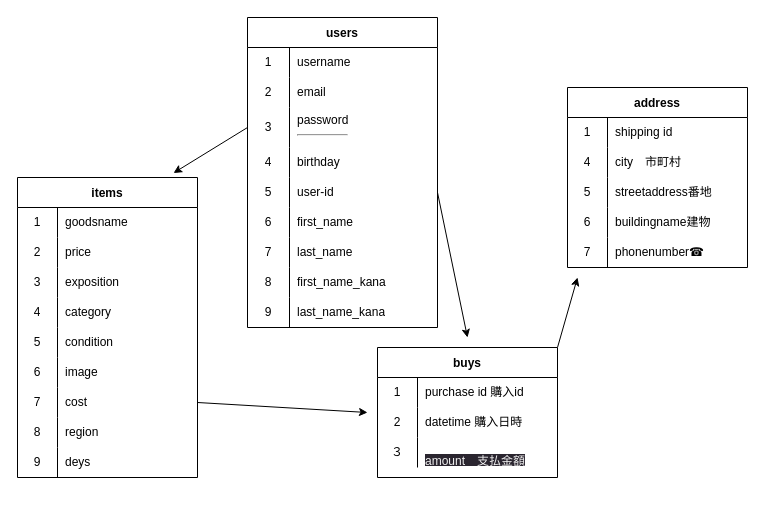
The draw.io diagram page "ページ1" (1 of 2) of ER.dio in 09pipapipa/furima-39971, before the edit. Source tidied: cells renumbered, new cells numbered last; positions are measured from the earlier drawing's top-left corner, leaving out a move shared by most shapes. Both pictures are drawn from the tidied source at 100%, with x=0, y=0 at pixel (17, 17).
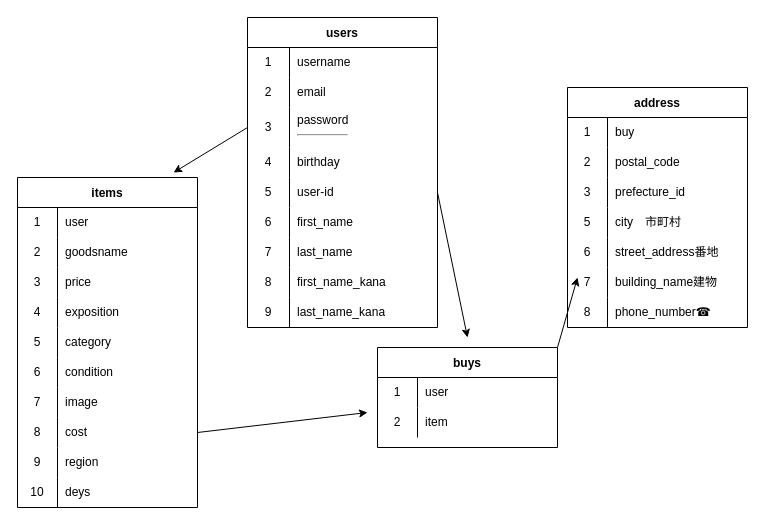
After the change.

The change refers to these unchanged cells:
```xml
<mxCell id="60" style="shape=tableRow;horizontal=0;startSize=0;swimlaneHead=0;swimlaneBody=0;top=0;left=0;bottom=0;right=0;fillColor=none;" parent="59" vertex="1">
  <mxGeometry y="30" width="180" height="30" as="geometry" />
</mxCell>
<mxCell id="63" style="shape=tableRow;horizontal=0;startSize=0;swimlaneHead=0;swimlaneBody=0;top=0;left=0;bottom=0;right=0;fillColor=none;" parent="59" vertex="1">
  <mxGeometry y="60" width="180" height="30" as="geometry" />
</mxCell>
```

Change to the diagram source:
```diff
@@
     <mxCell id="30" value="items" style="shape=table;startSize=30;childLayout=tableLayout;rowLines=0;fontStyle=1;flipH=0;flipV=0;" parent="1" vertex="1">
-      <mxGeometry y="160" width="180" height="300" as="geometry" />
+      <mxGeometry y="160" width="180" height="330" as="geometry" />
     </mxCell>
+    <mxCell id="88" style="shape=tableRow;horizontal=0;startSize=0;swimlaneHead=0;swimlaneBody=0;top=0;left=0;bottom=0;right=0;fillColor=none;" parent="30" vertex="1">
+      <mxGeometry y="30" width="180" height="30" as="geometry" />
+    </mxCell>
+    <mxCell id="89" value="1" style="shape=partialRectangle;html=1;whiteSpace=wrap;fillColor=none;top=0;left=0;bottom=0;right=0;overflow=hidden;" parent="88" vertex="1">
+      <mxGeometry width="40" height="30" as="geometry" />
+    </mxCell>
+    <mxCell id="90" value="user" style="shape=partialRectangle;html=1;whiteSpace=wrap;fillColor=none;top=0;left=0;bottom=0;right=0;align=left;spacingLeft=6;overflow=hidden;" parent="88" vertex="1">
+      <mxGeometry x="40" width="140" height="30" as="geometry" />
+    </mxCell>
     <mxCell id="31" style="shape=tableRow;horizontal=0;startSize=0;swimlaneHead=0;swimlaneBody=0;top=0;left=0;bottom=0;right=0;fillColor=none;" parent="30" vertex="1">
-      <mxGeometry y="30" width="180" height="30" as="geometry" />
+      <mxGeometry y="60" width="180" height="30" as="geometry" />
     </mxCell>
-    <mxCell id="32" value="1" style="shape=partialRectangle;html=1;whiteSpace=wrap;fillColor=none;top=0;left=0;bottom=0;right=0;overflow=hidden;" parent="31" vertex="1">
+    <mxCell id="32" value="2" style="shape=partialRectangle;html=1;whiteSpace=wrap;fillColor=none;top=0;left=0;bottom=0;right=0;overflow=hidden;" parent="31" vertex="1">
       <mxGeometry width="40" height="30" as="geometry" />
     </mxCell>
@@
     <mxCell id="34" style="shape=tableRow;horizontal=0;startSize=0;swimlaneHead=0;swimlaneBody=0;top=0;left=0;bottom=0;right=0;fillColor=none;" parent="30" vertex="1">
-      <mxGeometry y="60" width="180" height="30" as="geometry" />
+      <mxGeometry y="90" width="180" height="30" as="geometry" />
     </mxCell>
-    <mxCell id="35" value="2" style="shape=partialRectangle;html=1;whiteSpace=wrap;fillColor=none;top=0;left=0;bottom=0;right=0;overflow=hidden;" parent="34" vertex="1">
+    <mxCell id="35" value="3" style="shape=partialRectangle;html=1;whiteSpace=wrap;fillColor=none;top=0;left=0;bottom=0;right=0;overflow=hidden;" parent="34" vertex="1">
       <mxGeometry width="40" height="30" as="geometry" />
     </mxCell>
@@
     <mxCell id="37" style="shape=tableRow;horizontal=0;startSize=0;swimlaneHead=0;swimlaneBody=0;top=0;left=0;bottom=0;right=0;fillColor=none;" parent="30" vertex="1">
-      <mxGeometry y="90" width="180" height="30" as="geometry" />
+      <mxGeometry y="120" width="180" height="30" as="geometry" />
     </mxCell>
-    <mxCell id="38" value="3" style="shape=partialRectangle;html=1;whiteSpace=wrap;fillColor=none;top=0;left=0;bottom=0;right=0;overflow=hidden;" parent="37" vertex="1">
+    <mxCell id="38" value="4" style="shape=partialRectangle;html=1;whiteSpace=wrap;fillColor=none;top=0;left=0;bottom=0;right=0;overflow=hidden;" parent="37" vertex="1">
       <mxGeometry width="40" height="30" as="geometry" />
     </mxCell>
@@
     <mxCell id="40" style="shape=tableRow;horizontal=0;startSize=0;swimlaneHead=0;swimlaneBody=0;top=0;left=0;bottom=0;right=0;fillColor=none;" parent="30" vertex="1">
-      <mxGeometry y="120" width="180" height="30" as="geometry" />
+      <mxGeometry y="150" width="180" height="30" as="geometry" />
     </mxCell>
-    <mxCell id="41" value="4" style="shape=partialRectangle;html=1;whiteSpace=wrap;fillColor=none;top=0;left=0;bottom=0;right=0;overflow=hidden;" parent="40" vertex="1">
+    <mxCell id="41" value="5" style="shape=partialRectangle;html=1;whiteSpace=wrap;fillColor=none;top=0;left=0;bottom=0;right=0;overflow=hidden;" parent="40" vertex="1">
       <mxGeometry width="40" height="30" as="geometry" />
     </mxCell>
@@
     <mxCell id="43" style="shape=tableRow;horizontal=0;startSize=0;swimlaneHead=0;swimlaneBody=0;top=0;left=0;bottom=0;right=0;fillColor=none;" parent="30" vertex="1">
-      <mxGeometry y="150" width="180" height="30" as="geometry" />
+      <mxGeometry y="180" width="180" height="30" as="geometry" />
     </mxCell>
-    <mxCell id="44" value="5" style="shape=partialRectangle;html=1;whiteSpace=wrap;fillColor=none;top=0;left=0;bottom=0;right=0;overflow=hidden;" parent="43" vertex="1">
+    <mxCell id="44" value="6" style="shape=partialRectangle;html=1;whiteSpace=wrap;fillColor=none;top=0;left=0;bottom=0;right=0;overflow=hidden;" parent="43" vertex="1">
       <mxGeometry width="40" height="30" as="geometry" />
     </mxCell>
@@
     <mxCell id="46" style="shape=tableRow;horizontal=0;startSize=0;swimlaneHead=0;swimlaneBody=0;top=0;left=0;bottom=0;right=0;fillColor=none;" parent="30" vertex="1">
-      <mxGeometry y="180" width="180" height="30" as="geometry" />
+      <mxGeometry y="210" width="180" height="30" as="geometry" />
     </mxCell>
-    <mxCell id="47" value="6" style="shape=partialRectangle;html=1;whiteSpace=wrap;fillColor=none;top=0;left=0;bottom=0;right=0;overflow=hidden;" parent="46" vertex="1">
+    <mxCell id="47" value="7" style="shape=partialRectangle;html=1;whiteSpace=wrap;fillColor=none;top=0;left=0;bottom=0;right=0;overflow=hidden;" parent="46" vertex="1">
       <mxGeometry width="40" height="30" as="geometry" />
     </mxCell>
@@
     <mxCell id="49" style="shape=tableRow;horizontal=0;startSize=0;swimlaneHead=0;swimlaneBody=0;top=0;left=0;bottom=0;right=0;fillColor=none;points=[[0,0.5],[1,0.5]];portConstraint=eastwest;" parent="30" vertex="1">
-      <mxGeometry y="210" width="180" height="30" as="geometry" />
+      <mxGeometry y="240" width="180" height="30" as="geometry" />
     </mxCell>
-    <mxCell id="50" value="7" style="shape=partialRectangle;html=1;whiteSpace=wrap;fillColor=none;top=0;left=0;bottom=0;right=0;overflow=hidden;" parent="49" vertex="1">
+    <mxCell id="50" value="8" style="shape=partialRectangle;html=1;whiteSpace=wrap;fillColor=none;top=0;left=0;bottom=0;right=0;overflow=hidden;" parent="49" vertex="1">
       <mxGeometry width="40" height="30" as="geometry" />
     </mxCell>
@@
     <mxCell id="52" style="shape=tableRow;horizontal=0;startSize=0;swimlaneHead=0;swimlaneBody=0;top=0;left=0;bottom=0;right=0;fillColor=none;" parent="30" vertex="1">
-      <mxGeometry y="240" width="180" height="30" as="geometry" />
+      <mxGeometry y="270" width="180" height="30" as="geometry" />
     </mxCell>
-    <mxCell id="53" value="8" style="shape=partialRectangle;html=1;whiteSpace=wrap;fillColor=none;top=0;left=0;bottom=0;right=0;overflow=hidden;" parent="52" vertex="1">
+    <mxCell id="53" value="9" style="shape=partialRectangle;html=1;whiteSpace=wrap;fillColor=none;top=0;left=0;bottom=0;right=0;overflow=hidden;" parent="52" vertex="1">
       <mxGeometry width="40" height="30" as="geometry" />
     </mxCell>
@@
     <mxCell id="55" style="shape=tableRow;horizontal=0;startSize=0;swimlaneHead=0;swimlaneBody=0;top=0;left=0;bottom=0;right=0;fillColor=none;" parent="30" vertex="1">
-      <mxGeometry y="270" width="180" height="30" as="geometry" />
+      <mxGeometry y="300" width="180" height="30" as="geometry" />
     </mxCell>
-    <mxCell id="56" value="9" style="shape=partialRectangle;html=1;whiteSpace=wrap;fillColor=none;top=0;left=0;bottom=0;right=0;overflow=hidden;" parent="55" vertex="1">
+    <mxCell id="56" value="10" style="shape=partialRectangle;html=1;whiteSpace=wrap;fillColor=none;top=0;left=0;bottom=0;right=0;overflow=hidden;" parent="55" vertex="1">
       <mxGeometry width="40" height="30" as="geometry" />
     </mxCell>
@@
     <mxCell id="59" value="buys" style="shape=table;startSize=30;childLayout=tableLayout;rowLines=0;fontStyle=1;" parent="1" vertex="1">
-      <mxGeometry x="360" y="330" width="180" height="130" as="geometry" />
+      <mxGeometry x="360" y="330" width="180" height="100" as="geometry" />
     </mxCell>
@@
-    <mxCell id="62" value="purchase id 購入id" style="shape=partialRectangle;html=1;whiteSpace=wrap;fillColor=none;top=0;left=0;bottom=0;right=0;align=left;spacingLeft=6;overflow=hidden;" parent="60" vertex="1">
+    <mxCell id="62" value="user" style="shape=partialRectangle;html=1;whiteSpace=wrap;fillColor=none;top=0;left=0;bottom=0;right=0;align=left;spacingLeft=6;overflow=hidden;" parent="60" vertex="1">
       <mxGeometry x="40" width="140" height="30" as="geometry" />
     </mxCell>
@@
-    <mxCell id="65" value="datetime 購入日時" style="shape=partialRectangle;html=1;whiteSpace=wrap;fillColor=none;top=0;left=0;bottom=0;right=0;align=left;spacingLeft=6;overflow=hidden;" parent="63" vertex="1">
+    <mxCell id="65" value="item" style="shape=partialRectangle;html=1;whiteSpace=wrap;fillColor=none;top=0;left=0;bottom=0;right=0;align=left;spacingLeft=6;overflow=hidden;" parent="63" vertex="1">
       <mxGeometry x="40" width="140" height="30" as="geometry" />
     </mxCell>
-    <mxCell id="66" style="shape=tableRow;horizontal=0;startSize=0;swimlaneHead=0;swimlaneBody=0;top=0;left=0;bottom=0;right=0;fillColor=none;" parent="59" vertex="1">
-      <mxGeometry y="90" width="180" height="30" as="geometry" />
-    </mxCell>
-    <mxCell id="67" value="３" style="shape=partialRectangle;html=1;whiteSpace=wrap;fillColor=none;top=0;left=0;bottom=0;right=0;overflow=hidden;" parent="66" vertex="1">
-      <mxGeometry width="40" height="30" as="geometry" />
-    </mxCell>
-    <mxCell id="68" value="&#10;&lt;span style=&quot;color: rgb(240, 240, 240); font-family: Helvetica; font-size: 12px; font-style: normal; font-variant-ligatures: normal; font-variant-caps: normal; font-weight: 400; letter-spacing: normal; orphans: 2; text-align: left; text-indent: 0px; text-transform: none; widows: 2; word-spacing: 0px; -webkit-text-stroke-width: 0px; background-color: rgb(42, 37, 47); text-decoration-thickness: initial; text-decoration-style: initial; text-decoration-color: initial; float: none; display: inline !important;&quot;&gt;amount　支払金額&lt;/span&gt;&#10;&#10;" style="shape=partialRectangle;html=1;whiteSpace=wrap;fillColor=none;top=0;left=0;bottom=0;right=0;align=left;spacingLeft=6;overflow=hidden;" parent="66" vertex="1">
-      <mxGeometry x="40" width="140" height="30" as="geometry" />
-    </mxCell>
@@
     <mxCell id="72" value="address" style="shape=table;startSize=30;childLayout=tableLayout;rowLines=0;fontStyle=1;" parent="1" vertex="1">
-      <mxGeometry x="550" y="70" width="180" height="180" as="geometry" />
+      <mxGeometry x="550" y="70" width="180" height="240" as="geometry" />
     </mxCell>
-    <mxCell id="73" style="shape=tableRow;horizontal=0;startSize=0;swimlaneHead=0;swimlaneBody=0;top=0;left=0;bottom=0;right=0;fillColor=none;" parent="72" vertex="1">
-      <mxGeometry y="30" width="180" height="30" as="geometry" />
-    </mxCell>
-    <mxCell id="74" value="1" style="shape=partialRectangle;html=1;whiteSpace=wrap;fillColor=none;top=0;left=0;bottom=0;right=0;overflow=hidden;" parent="73" vertex="1">
-      <mxGeometry width="40" height="30" as="geometry" />
-    </mxCell>
-    <mxCell id="75" value="shipping id" style="shape=partialRectangle;html=1;whiteSpace=wrap;fillColor=none;top=0;left=0;bottom=0;right=0;align=left;spacingLeft=6;overflow=hidden;" parent="73" vertex="1">
-      <mxGeometry x="40" width="140" height="30" as="geometry" />
-    </mxCell>
+    <mxCell id="91" style="shape=tableRow;horizontal=0;startSize=0;swimlaneHead=0;swimlaneBody=0;top=0;left=0;bottom=0;right=0;fillColor=none;" parent="72" vertex="1">
+      <mxGeometry y="30" width="180" height="30" as="geometry" />
+    </mxCell>
+    <mxCell id="92" value="1" style="shape=partialRectangle;html=1;whiteSpace=wrap;fillColor=none;top=0;left=0;bottom=0;right=0;overflow=hidden;" parent="91" vertex="1">
+      <mxGeometry width="40" height="30" as="geometry" />
+    </mxCell>
+    <mxCell id="93" value="buy" style="shape=partialRectangle;html=1;whiteSpace=wrap;fillColor=none;top=0;left=0;bottom=0;right=0;align=left;spacingLeft=6;overflow=hidden;" parent="91" vertex="1">
+      <mxGeometry x="40" width="140" height="30" as="geometry" />
+    </mxCell>
+    <mxCell id="94" style="shape=tableRow;horizontal=0;startSize=0;swimlaneHead=0;swimlaneBody=0;top=0;left=0;bottom=0;right=0;fillColor=none;" parent="72" vertex="1">
+      <mxGeometry y="60" width="180" height="30" as="geometry" />
+    </mxCell>
+    <mxCell id="95" value="2" style="shape=partialRectangle;html=1;whiteSpace=wrap;fillColor=none;top=0;left=0;bottom=0;right=0;overflow=hidden;" parent="94" vertex="1">
+      <mxGeometry width="40" height="30" as="geometry" />
+    </mxCell>
+    <mxCell id="96" value="postal_code" style="shape=partialRectangle;html=1;whiteSpace=wrap;fillColor=none;top=0;left=0;bottom=0;right=0;align=left;spacingLeft=6;overflow=hidden;" parent="94" vertex="1">
+      <mxGeometry x="40" width="140" height="30" as="geometry" />
+    </mxCell>
+    <mxCell id="66" style="shape=tableRow;horizontal=0;startSize=0;swimlaneHead=0;swimlaneBody=0;top=0;left=0;bottom=0;right=0;fillColor=none;" parent="72" vertex="1">
+      <mxGeometry y="90" width="180" height="30" as="geometry" />
+    </mxCell>
+    <mxCell id="97" value="3" style="shape=partialRectangle;html=1;whiteSpace=wrap;fillColor=none;top=0;left=0;bottom=0;right=0;overflow=hidden;" parent="66" vertex="1">
+      <mxGeometry width="40" height="30" as="geometry" />
+    </mxCell>
+    <mxCell id="98" value="prefecture_id" style="shape=partialRectangle;html=1;whiteSpace=wrap;fillColor=none;top=0;left=0;bottom=0;right=0;align=left;spacingLeft=6;overflow=hidden;" parent="66" vertex="1">
+      <mxGeometry x="40" width="140" height="30" as="geometry" />
+    </mxCell>
     <mxCell id="76" style="shape=tableRow;horizontal=0;startSize=0;swimlaneHead=0;swimlaneBody=0;top=0;left=0;bottom=0;right=0;fillColor=none;" parent="72" vertex="1">
-      <mxGeometry y="60" width="180" height="30" as="geometry" />
+      <mxGeometry y="120" width="180" height="30" as="geometry" />
     </mxCell>
-    <mxCell id="77" value="4" style="shape=partialRectangle;html=1;whiteSpace=wrap;fillColor=none;top=0;left=0;bottom=0;right=0;overflow=hidden;" parent="76" vertex="1">
+    <mxCell id="77" value="5" style="shape=partialRectangle;html=1;whiteSpace=wrap;fillColor=none;top=0;left=0;bottom=0;right=0;overflow=hidden;" parent="76" vertex="1">
       <mxGeometry width="40" height="30" as="geometry" />
     </mxCell>
@@
     <mxCell id="79" style="shape=tableRow;horizontal=0;startSize=0;swimlaneHead=0;swimlaneBody=0;top=0;left=0;bottom=0;right=0;fillColor=none;" parent="72" vertex="1">
-      <mxGeometry y="90" width="180" height="30" as="geometry" />
+      <mxGeometry y="150" width="180" height="30" as="geometry" />
     </mxCell>
-    <mxCell id="80" value="5" style="shape=partialRectangle;html=1;whiteSpace=wrap;fillColor=none;top=0;left=0;bottom=0;right=0;overflow=hidden;" parent="79" vertex="1">
+    <mxCell id="80" value="6" style="shape=partialRectangle;html=1;whiteSpace=wrap;fillColor=none;top=0;left=0;bottom=0;right=0;overflow=hidden;" parent="79" vertex="1">
       <mxGeometry width="40" height="30" as="geometry" />
     </mxCell>
-    <mxCell id="81" value="streetaddress番地" style="shape=partialRectangle;html=1;whiteSpace=wrap;fillColor=none;top=0;left=0;bottom=0;right=0;align=left;spacingLeft=6;overflow=hidden;" parent="79" vertex="1">
+    <mxCell id="81" value="street_address番地" style="shape=partialRectangle;html=1;whiteSpace=wrap;fillColor=none;top=0;left=0;bottom=0;right=0;align=left;spacingLeft=6;overflow=hidden;" parent="79" vertex="1">
       <mxGeometry x="40" width="140" height="30" as="geometry" />
     </mxCell>
     <mxCell id="82" style="shape=tableRow;horizontal=0;startSize=0;swimlaneHead=0;swimlaneBody=0;top=0;left=0;bottom=0;right=0;fillColor=none;" parent="72" vertex="1">
-      <mxGeometry y="120" width="180" height="30" as="geometry" />
+      <mxGeometry y="180" width="180" height="30" as="geometry" />
     </mxCell>
-    <mxCell id="83" value="6" style="shape=partialRectangle;html=1;whiteSpace=wrap;fillColor=none;top=0;left=0;bottom=0;right=0;overflow=hidden;" parent="82" vertex="1">
+    <mxCell id="83" value="7" style="shape=partialRectangle;html=1;whiteSpace=wrap;fillColor=none;top=0;left=0;bottom=0;right=0;overflow=hidden;" parent="82" vertex="1">
       <mxGeometry width="40" height="30" as="geometry" />
     </mxCell>
-    <mxCell id="84" value="buildingname建物" style="shape=partialRectangle;html=1;whiteSpace=wrap;fillColor=none;top=0;left=0;bottom=0;right=0;align=left;spacingLeft=6;overflow=hidden;" parent="82" vertex="1">
+    <mxCell id="84" value="building_name建物" style="shape=partialRectangle;html=1;whiteSpace=wrap;fillColor=none;top=0;left=0;bottom=0;right=0;align=left;spacingLeft=6;overflow=hidden;" parent="82" vertex="1">
       <mxGeometry x="40" width="140" height="30" as="geometry" />
     </mxCell>
     <mxCell id="85" style="shape=tableRow;horizontal=0;startSize=0;swimlaneHead=0;swimlaneBody=0;top=0;left=0;bottom=0;right=0;fillColor=none;" parent="72" vertex="1">
-      <mxGeometry y="150" width="180" height="30" as="geometry" />
+      <mxGeometry y="210" width="180" height="30" as="geometry" />
     </mxCell>
-    <mxCell id="86" value="7" style="shape=partialRectangle;html=1;whiteSpace=wrap;fillColor=none;top=0;left=0;bottom=0;right=0;overflow=hidden;" parent="85" vertex="1">
+    <mxCell id="86" value="8" style="shape=partialRectangle;html=1;whiteSpace=wrap;fillColor=none;top=0;left=0;bottom=0;right=0;overflow=hidden;" parent="85" vertex="1">
       <mxGeometry width="40" height="30" as="geometry" />
     </mxCell>
-    <mxCell id="87" value="phonenumber☎" style="shape=partialRectangle;html=1;whiteSpace=wrap;fillColor=none;top=0;left=0;bottom=0;right=0;align=left;spacingLeft=6;overflow=hidden;" parent="85" vertex="1">
+    <mxCell id="87" value="phone_number☎" style="shape=partialRectangle;html=1;whiteSpace=wrap;fillColor=none;top=0;left=0;bottom=0;right=0;align=left;spacingLeft=6;overflow=hidden;" parent="85" vertex="1">
       <mxGeometry x="40" width="140" height="30" as="geometry" />
     </mxCell>
```
